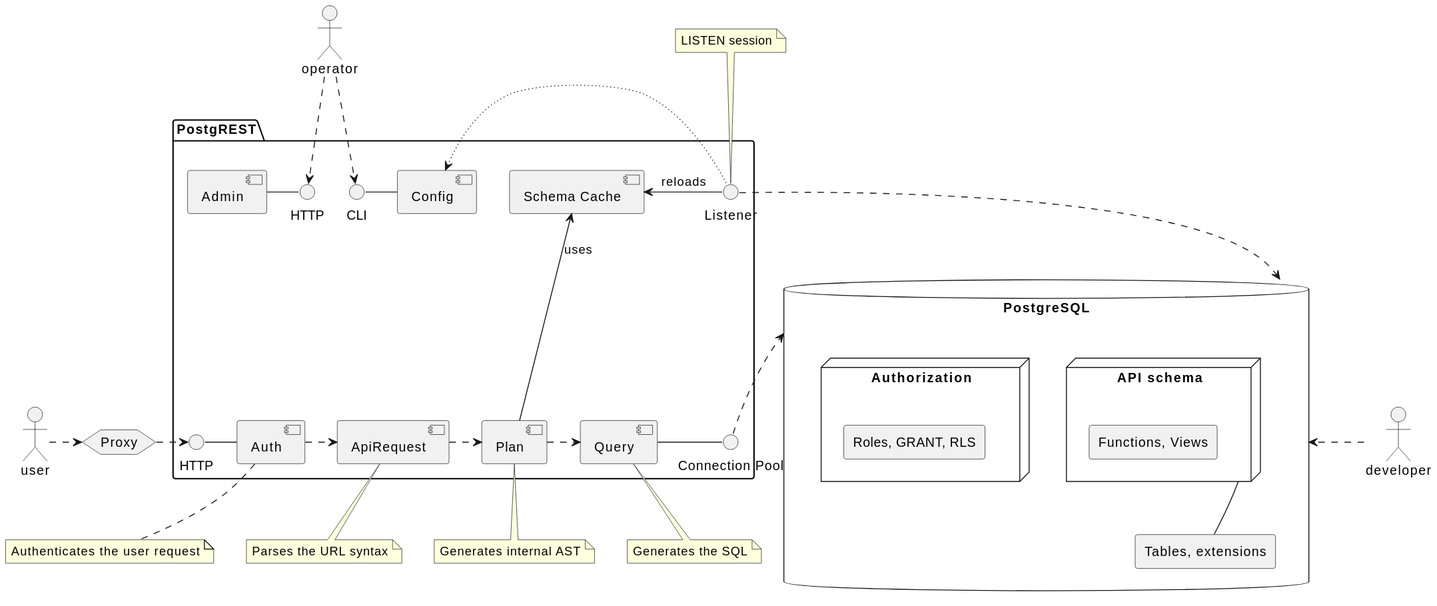
PostgREST/postgrest keeps this PlantUML diagram as docs/_static/arch.svg. Above is the earlier version. The source it was exported from:
```plantuml
@startuml
skinparam backgroundColor transparent

package "PostgREST" {
  () HTTP as HTTPAPI
  HTTPAPI  - [Auth]
  [Auth] -r.> [ApiRequest]
  [ApiRequest] -r.> [Plan]
  [Plan] -r.> [Query]
  [Query] - () "Connection Pool" : "\t"
  [Plan] -u-> [Schema Cache]:uses
  [Schema Cache] <- () Listener : reloads

  () HTTP as HTTPADMIN
  [Admin]  -r- () HTTPADMIN
  [Config] -l- () CLI

  [Config] <-r~ Listener

  HTTPADMIN -[hidden]r- CLI
  [Schema Cache] -l[hidden]- [Config]
  [Schema Cache] -l[hidden]- [Admin]
  [Schema Cache] -l[hidden]- CLI
}


database "PostgreSQL" {
  node Authorization {
    rectangle "Roles, GRANT, RLS"
  }
  node "API schema" as API {
    rectangle "Functions, Views"
  }
  rectangle "Tables, extensions" as tbs
  API -d- tbs

  API -l[hidden]- Authorization
}

:user:
hexagon Proxy
:user: .r-> Proxy
HTTPAPI <.l- Proxy

:operator: .d-> HTTPADMIN
:operator: .d-> CLI


PostgreSQL <.developer : "\t"
Listener -r.> "PostgreSQL"
"Connection Pool" -r.> "PostgreSQL" : "\t\t"


note bottom of Auth
  Authenticates the user request
end note

note bottom of ApiRequest
  Parses the URL syntax
end note

note bottom of Plan
  Generates internal AST
end note

note bottom of Query
  Generates the SQL
end note

note top of Listener
  LISTEN session
end note

url of Admin is [[../references/admin_server.html#admin-server]]
url of API is [[../explanations/schema_isolation.html]]
url of Auth is [[../references/auth.html#authn]]
url of ApiRequest is [[../explanations/architecture.html#api-request]]
url of Plan is [[../explanations/architecture.html#plan]]
url of Query is [[../explanations/architecture.html#query]]
url of Authorization is [[../explanations/db_authz.html]]
url of CLI is [[../references/cli.html#cli]]
url of "Connection Pool" is [[../references/connection_pool.html]]
url of Config is [[../references/configuration.html#configuration]]
url of HTTPADMIN is [[../explanations/architecture.html#http]]
url of HTTPAPI is [[../explanations/architecture.html#http]]
url of Listener is [[../references/listener.html#listener]]
url of Proxy is [[../explanations/nginx.html]]
url of "Schema Cache" is [[../references/schema_cache.html#schema-cache]]
@enduml
```
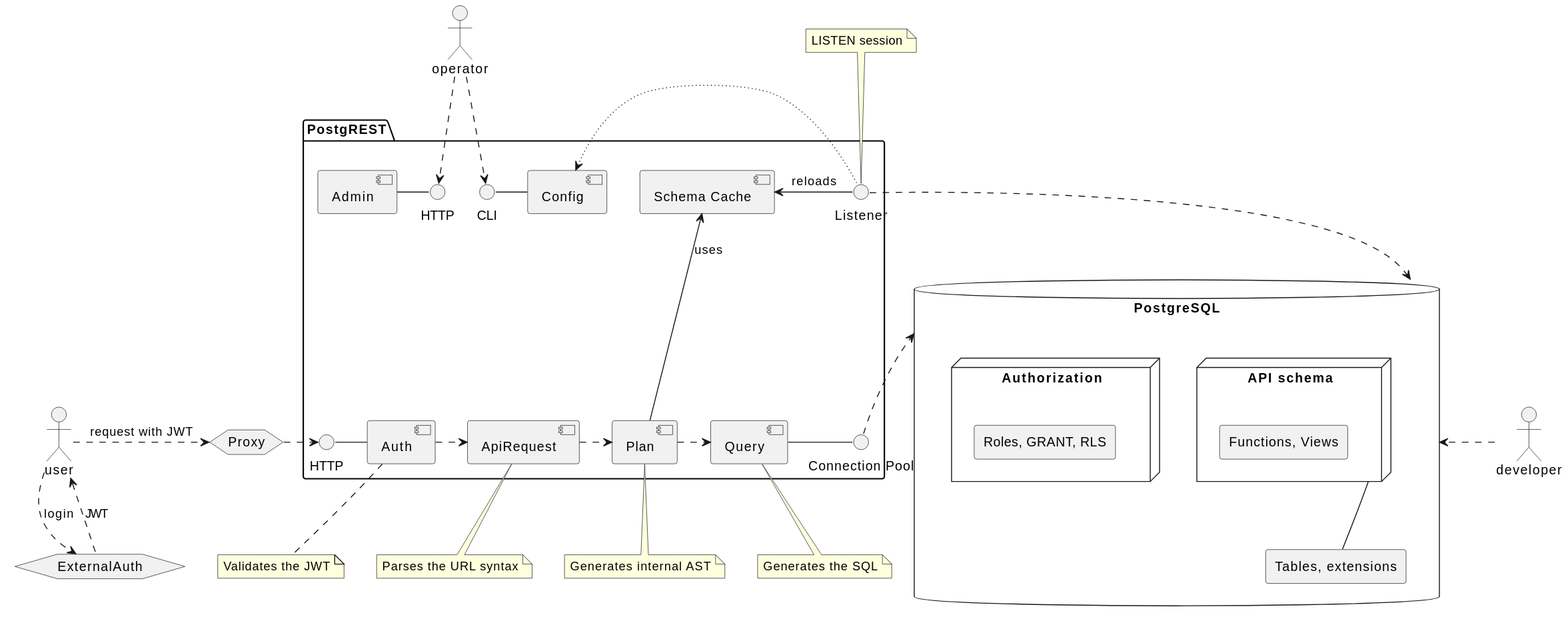
Later version of the same file.

Commit message:
docs: link external auth on architecture page

Partly addresses https://github.com/PostgREST/postgrest/issues/4110

Change to the diagram source:
```diff
@@ -39,8 +39,13 @@
 
 :user:
 hexagon Proxy
-:user: .r-> Proxy
+:user: .r-> Proxy : request with JWT
 HTTPAPI <.l- Proxy
+
+hexagon ExternalAuth
+ExternalAuth -u[hidden]- Proxy
+:user: .r-> ExternalAuth : login
+:user: <.r- ExternalAuth : JWT
 
 :operator: .d-> HTTPADMIN
 :operator: .d-> CLI
@@ -50,9 +55,8 @@
 Listener -r.> "PostgreSQL"
 "Connection Pool" -r.> "PostgreSQL" : "\t\t"
 
-
 note bottom of Auth
-  Authenticates the user request
+  Validates the JWT
 end note
 
 note bottom of ApiRequest
@@ -71,6 +75,7 @@
   LISTEN session
 end note
 
+url of ExternalAuth is [[../explanations/external_auth.html]]
 url of Admin is [[../references/admin_server.html#admin-server]]
 url of API is [[../explanations/schema_isolation.html]]
 url of Auth is [[../references/auth.html#authn]]
```
